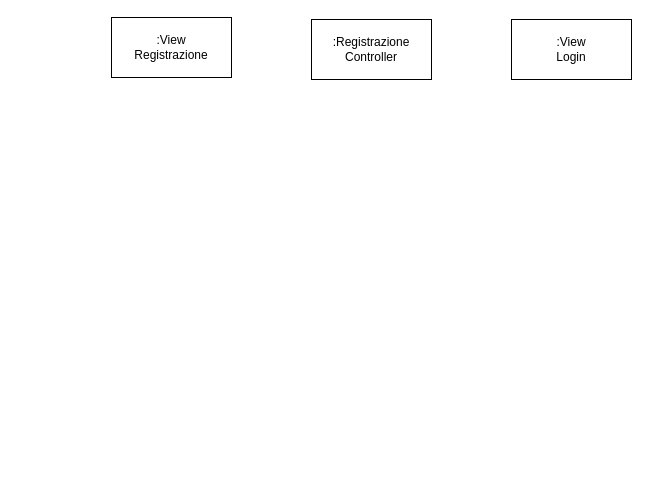
JosephBoom02/Progetto_Ingegneria_del_Software keeps this draw.io diagram as Diagrammi_Package/Interazione/Registrazione.drawio. Above is the earlier version. Source tidied: cells renumbered, new cells numbered last; positions are measured from the earlier drawing's top-left corner, leaving out a move shared by most shapes. Both pictures are drawn from the tidied source at 100%, with x=0, y=0 at pixel (111, 17).
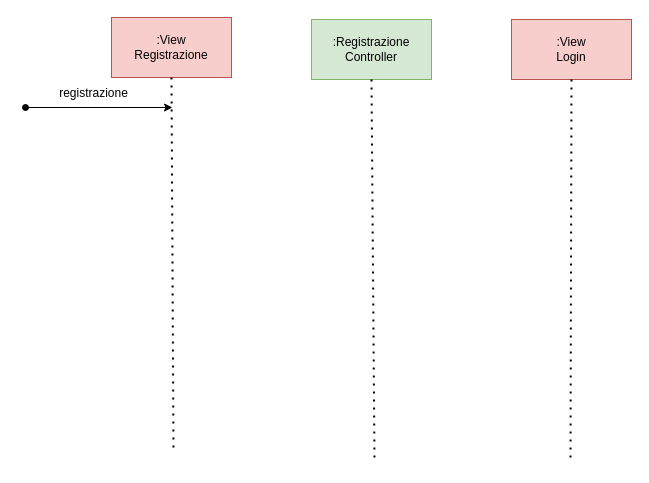
The same page after the edit.

The edit, as a diff of the source:
```diff
@@
 <mxGraphModel>
   <root>
     <mxCell id="0" />
     <mxCell id="1" parent="0" />
-    <mxCell id="2" value="&lt;div&gt;:View&lt;/div&gt;&lt;div&gt;Registrazione&lt;br&gt;&lt;/div&gt;" style="rounded=0;whiteSpace=wrap;html=1;" parent="1" vertex="1">
+    <mxCell id="2" value="&lt;div&gt;:View&lt;/div&gt;&lt;div&gt;Registrazione&lt;br&gt;&lt;/div&gt;" style="rounded=0;whiteSpace=wrap;html=1;fillColor=#f8cecc;strokeColor=#b85450;" parent="1" vertex="1">
       <mxGeometry width="120" height="60" as="geometry" />
     </mxCell>
-    <mxCell id="3" value="&lt;div&gt;:Registrazione&lt;/div&gt;&lt;div&gt;Controller&lt;br&gt;&lt;/div&gt;" style="rounded=0;whiteSpace=wrap;html=1;" parent="1" vertex="1">
+    <mxCell id="3" value="&lt;div&gt;:Registrazione&lt;/div&gt;&lt;div&gt;Controller&lt;br&gt;&lt;/div&gt;" style="rounded=0;whiteSpace=wrap;html=1;fillColor=#d5e8d4;strokeColor=#82b366;" parent="1" vertex="1">
       <mxGeometry x="200" y="2" width="120" height="60" as="geometry" />
     </mxCell>
-    <mxCell id="4" value="&lt;div&gt;:View&lt;/div&gt;&lt;div&gt;Login&lt;br&gt;&lt;/div&gt;" style="rounded=0;whiteSpace=wrap;html=1;" parent="1" vertex="1">
+    <mxCell id="4" value="&lt;div&gt;:View&lt;/div&gt;&lt;div&gt;Login&lt;br&gt;&lt;/div&gt;" style="rounded=0;whiteSpace=wrap;html=1;fillColor=#f8cecc;strokeColor=#b85450;" parent="1" vertex="1">
       <mxGeometry x="400" y="2" width="120" height="60" as="geometry" />
     </mxCell>
+    <mxCell id="5" style="endArrow=none;dashed=1;html=1;dashPattern=1 3;strokeWidth=2;rounded=0;exitX=0.5;exitY=1;exitDx=0;exitDy=0;" parent="1" edge="1" source="2">
+      <mxGeometry relative="1" as="geometry">
+        <mxPoint x="62" y="435" as="targetPoint" />
+      </mxGeometry>
+    </mxCell>
+    <mxCell id="6" style="endArrow=none;dashed=1;html=1;dashPattern=1 3;strokeWidth=2;rounded=0;exitX=0.5;exitY=1;exitDx=0;exitDy=0;" parent="1" edge="1" source="3">
+      <mxGeometry relative="1" as="geometry">
+        <mxPoint x="263" y="445" as="targetPoint" />
+      </mxGeometry>
+    </mxCell>
+    <mxCell id="7" style="endArrow=none;dashed=1;html=1;dashPattern=1 3;strokeWidth=2;rounded=0;exitX=0.5;exitY=1;exitDx=0;exitDy=0;" parent="1" edge="1" source="4">
+      <mxGeometry relative="1" as="geometry">
+        <mxPoint x="459" y="446" as="targetPoint" />
+      </mxGeometry>
+    </mxCell>
+    <mxCell id="8" style="endArrow=classic;html=1;rounded=0;startArrow=oval;startFill=1;" parent="1" edge="1">
+      <mxGeometry relative="1" as="geometry">
+        <mxPoint x="-86" y="90" as="sourcePoint" />
+        <mxPoint x="61" y="90" as="targetPoint" />
+      </mxGeometry>
+    </mxCell>
+    <mxCell id="9" value="registrazione" style="text;html=1;align=center;verticalAlign=middle;strokeColor=none;fillColor=none;" parent="1" vertex="1">
+      <mxGeometry x="-71" y="61.5" width="106" height="29" as="geometry" />
+    </mxCell>
   </root>
 </mxGraphModel>
```
